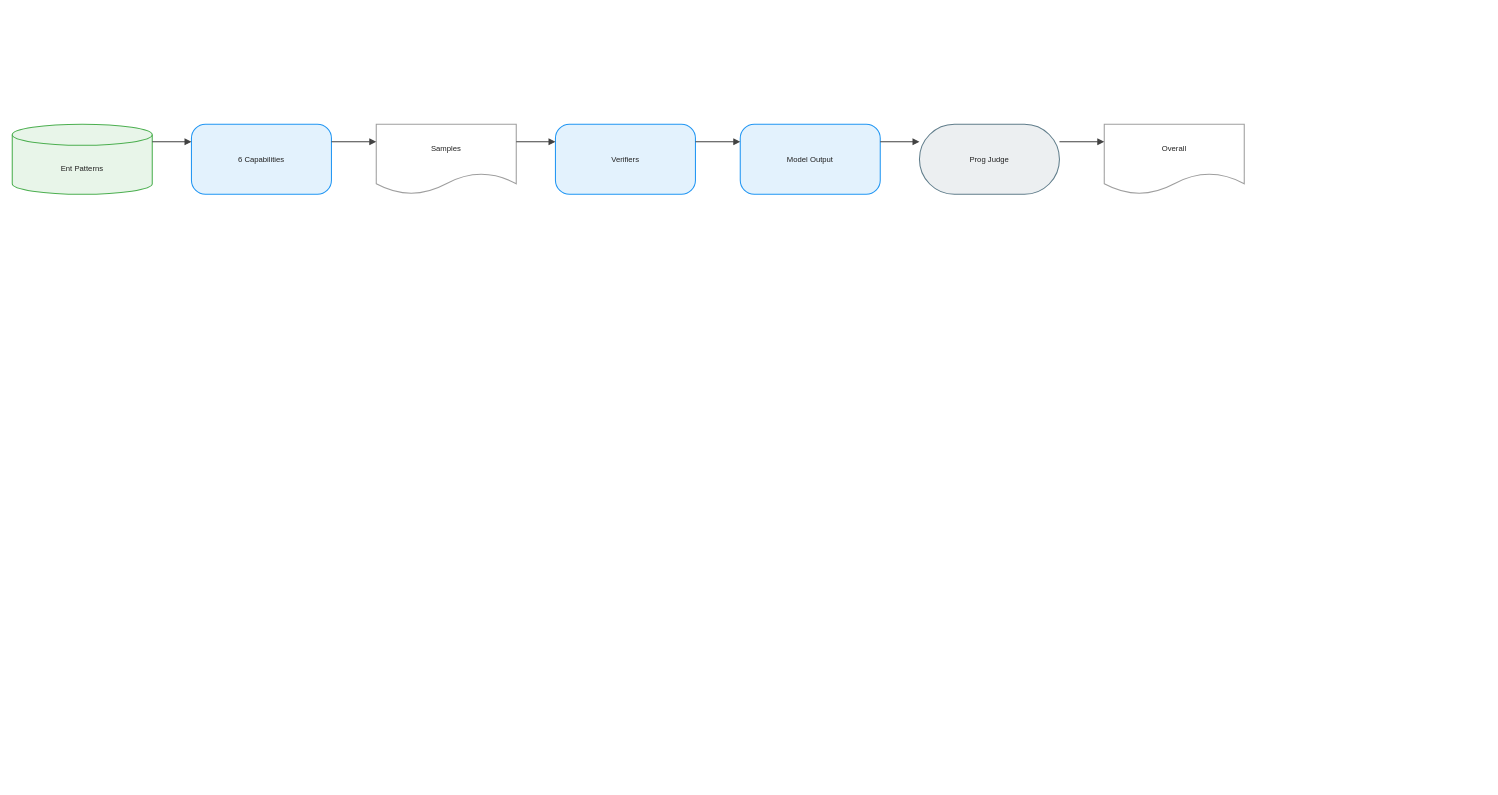
joe1chief/benchmark-hub keeps this draw.io diagram as drawio/FIREBENCH/FIREBENCH.en.drawio. Above is the earlier version. Source tidied: cells renumbered, new cells numbered last; positions are measured from the earlier drawing's top-left corner, leaving out a move shared by most shapes. Both pictures are drawn from the tidied source at 70%, with x=0, y=0 at pixel (12, 124).
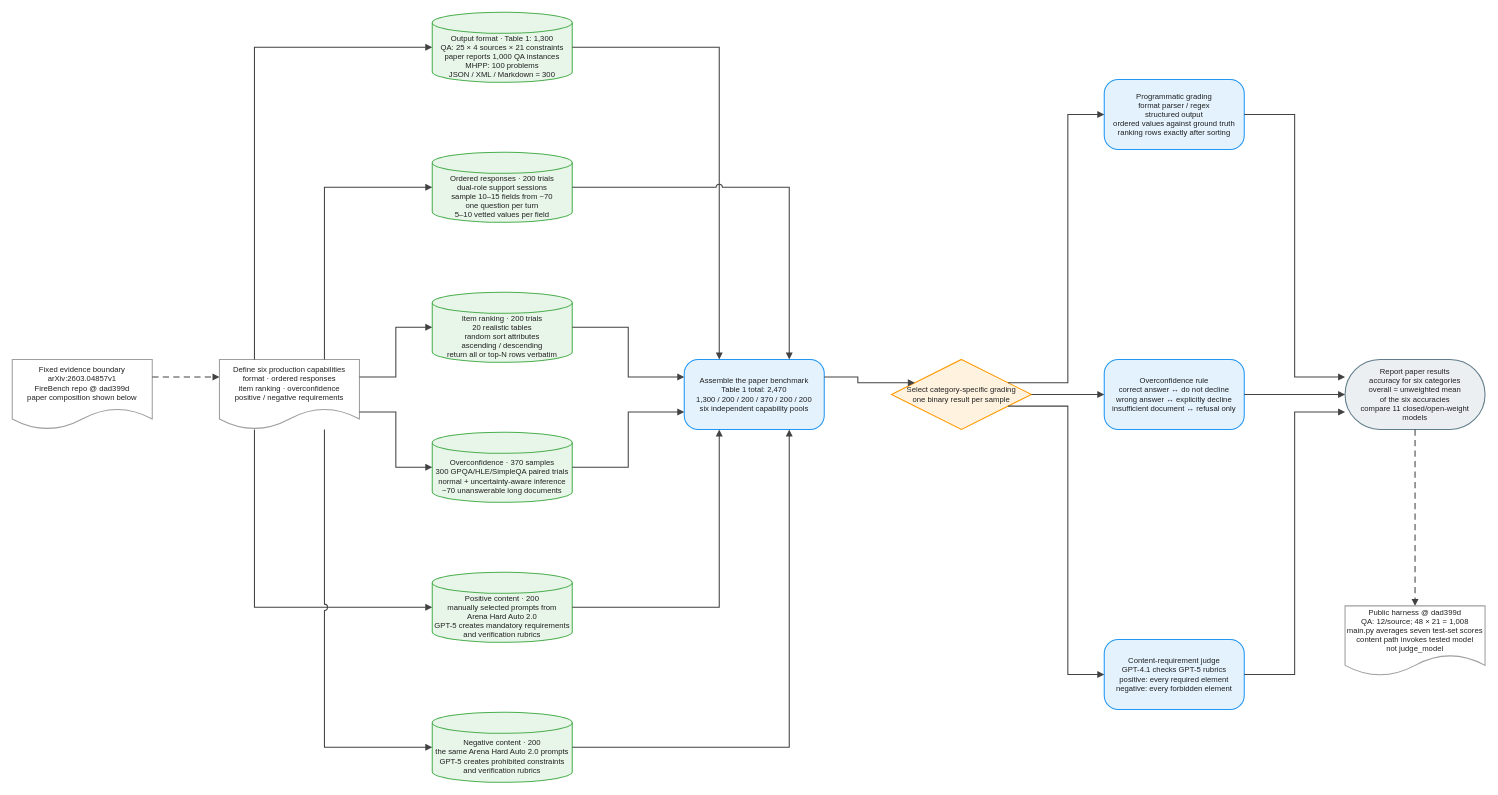
The same diagram, later.

What changed in the source:
```diff
@@
-    <mxCell id="2" value="Ent Patterns" style="shape=cylinder3;boundedLbl=1;backgroundOutline=1;size=15;html=1;whiteSpace=wrap;fillColor=#E8F5E9;strokeColor=#4CAF50;strokeWidth=1.5;fontColor=#212121;fontSize=11;fontFamily=Arial, Helvetica, sans-serif;verticalAlign=middle;align=center;" parent="1" vertex="1">
-      <mxGeometry width="200" height="100" as="geometry" />
+    <mxCell id="2" value="Fixed evidence boundary&#10;arXiv:2603.04857v1&#10;FireBench repo @ dad399d&#10;paper composition shown below" style="shape=document;boundedLbl=1;html=0;convertToSvg=1;whiteSpace=wrap;fillColor=#FFFFFF;strokeColor=#9E9E9E;strokeWidth=1.5;fontColor=#212121;fontSize=11;fontFamily=Arial, Helvetica, sans-serif;verticalAlign=middle;align=center;" parent="1" vertex="1">
+      <mxGeometry y="336" width="200" height="100" as="geometry" />
     </mxCell>
-    <mxCell id="3" value="6 Capabilities" style="rounded=1;arcSize=20;html=1;whiteSpace=wrap;fillColor=#E3F2FD;strokeColor=#2196F3;strokeWidth=1.5;fontColor=#212121;fontSize=11;fontFamily=Arial, Helvetica, sans-serif;verticalAlign=middle;align=center;" parent="1" vertex="1">
-      <mxGeometry x="256" width="200" height="100" as="geometry" />
+    <mxCell id="3" value="Define six production capabilities&#10;format · ordered responses&#10;item ranking · overconfidence&#10;positive / negative requirements" style="shape=document;boundedLbl=1;html=0;convertToSvg=1;whiteSpace=wrap;fillColor=#FFFFFF;strokeColor=#9E9E9E;strokeWidth=1.5;fontColor=#212121;fontSize=11;fontFamily=Arial, Helvetica, sans-serif;verticalAlign=middle;align=center;" parent="1" vertex="1">
+      <mxGeometry x="296" y="336" width="200" height="100" as="geometry" />
     </mxCell>
-    <mxCell id="4" value="Samples" style="shape=document;boundedLbl=1;html=1;whiteSpace=wrap;fillColor=#FFFFFF;strokeColor=#9E9E9E;strokeWidth=1.5;fontColor=#212121;fontSize=11;fontFamily=Arial, Helvetica, sans-serif;verticalAlign=middle;align=center;" parent="1" vertex="1">
-      <mxGeometry x="520" width="200" height="100" as="geometry" />
+    <mxCell id="4" value="Output format · Table 1: 1,300&#10;QA: 25 × 4 sources × 21 constraints&#10;paper reports 1,000 QA instances&#10;MHPP: 100 problems&#10;JSON / XML / Markdown = 300" style="shape=cylinder3;boundedLbl=1;backgroundOutline=1;size=15;html=0;convertToSvg=1;whiteSpace=wrap;fillColor=#E8F5E9;strokeColor=#4CAF50;strokeWidth=1.5;fontColor=#212121;fontSize=11;fontFamily=Arial, Helvetica, sans-serif;verticalAlign=middle;align=center;" parent="1" vertex="1">
+      <mxGeometry x="600" y="-160" width="200" height="100" as="geometry" />
     </mxCell>
-    <mxCell id="5" value="Verifiers" style="rounded=1;arcSize=20;html=1;whiteSpace=wrap;fillColor=#E3F2FD;strokeColor=#2196F3;strokeWidth=1.5;fontColor=#212121;fontSize=11;fontFamily=Arial, Helvetica, sans-serif;verticalAlign=middle;align=center;" parent="1" vertex="1">
-      <mxGeometry x="776" width="200" height="100" as="geometry" />
+    <mxCell id="5" value="Ordered responses · 200 trials&#10;dual-role support sessions&#10;sample 10–15 fields from ~70&#10;one question per turn&#10;5–10 vetted values per field" style="shape=cylinder3;boundedLbl=1;backgroundOutline=1;size=15;html=0;convertToSvg=1;whiteSpace=wrap;fillColor=#E8F5E9;strokeColor=#4CAF50;strokeWidth=1.5;fontColor=#212121;fontSize=11;fontFamily=Arial, Helvetica, sans-serif;verticalAlign=middle;align=center;" parent="1" vertex="1">
+      <mxGeometry x="600" y="40" width="200" height="100" as="geometry" />
     </mxCell>
-    <mxCell id="6" value="Model Output" style="rounded=1;arcSize=20;html=1;whiteSpace=wrap;fillColor=#E3F2FD;strokeColor=#2196F3;strokeWidth=1.5;fontColor=#212121;fontSize=11;fontFamily=Arial, Helvetica, sans-serif;verticalAlign=middle;align=center;" parent="1" vertex="1">
-      <mxGeometry x="1040" width="200" height="100" as="geometry" />
+    <mxCell id="6" value="Item ranking · 200 trials&#10;20 realistic tables&#10;random sort attributes&#10;ascending / descending&#10;return all or top-N rows verbatim" style="shape=cylinder3;boundedLbl=1;backgroundOutline=1;size=15;html=0;convertToSvg=1;whiteSpace=wrap;fillColor=#E8F5E9;strokeColor=#4CAF50;strokeWidth=1.5;fontColor=#212121;fontSize=11;fontFamily=Arial, Helvetica, sans-serif;verticalAlign=middle;align=center;" parent="1" vertex="1">
+      <mxGeometry x="600" y="240" width="200" height="100" as="geometry" />
     </mxCell>
-    <mxCell id="7" value="Prog Judge" style="rounded=1;arcSize=50;html=1;whiteSpace=wrap;fillColor=#ECEFF1;strokeColor=#607D8B;strokeWidth=1.5;fontColor=#212121;fontSize=11;fontFamily=Arial, Helvetica, sans-serif;verticalAlign=middle;align=center;" parent="1" vertex="1">
-      <mxGeometry x="1296" width="200" height="100" as="geometry" />
+    <mxCell id="7" value="Overconfidence · 370 samples&#10;300 GPQA/HLE/SimpleQA paired trials&#10;normal + uncertainty-aware inference&#10;~70 unanswerable long documents" style="shape=cylinder3;boundedLbl=1;backgroundOutline=1;size=15;html=0;convertToSvg=1;whiteSpace=wrap;fillColor=#E8F5E9;strokeColor=#4CAF50;strokeWidth=1.5;fontColor=#212121;fontSize=11;fontFamily=Arial, Helvetica, sans-serif;verticalAlign=middle;align=center;" parent="1" vertex="1">
+      <mxGeometry x="600" y="440" width="200" height="100" as="geometry" />
     </mxCell>
-    <mxCell id="8" value="Overall" style="shape=document;boundedLbl=1;html=1;whiteSpace=wrap;fillColor=#FFFFFF;strokeColor=#9E9E9E;strokeWidth=1.5;fontColor=#212121;fontSize=11;fontFamily=Arial, Helvetica, sans-serif;verticalAlign=middle;align=center;" parent="1" vertex="1">
-      <mxGeometry x="1560" width="200" height="100" as="geometry" />
+    <mxCell id="8" value="Positive content · 200&#10;manually selected prompts from&#10;Arena Hard Auto 2.0&#10;GPT-5 creates mandatory requirements&#10;and verification rubrics" style="shape=cylinder3;boundedLbl=1;backgroundOutline=1;size=15;html=0;convertToSvg=1;whiteSpace=wrap;fillColor=#E8F5E9;strokeColor=#4CAF50;strokeWidth=1.5;fontColor=#212121;fontSize=11;fontFamily=Arial, Helvetica, sans-serif;verticalAlign=middle;align=center;" parent="1" vertex="1">
+      <mxGeometry x="600" y="640" width="200" height="100" as="geometry" />
     </mxCell>
-    <mxCell id="9" style="edgeStyle=orthogonalEdgeStyle;rounded=0;jettySize=auto;html=1;strokeColor=#424242;strokeWidth=1.5;endArrow=block;endFill=1;exitX=1;exitY=0.25;exitDx=0;exitDy=0;entryX=0;entryY=0.25;entryDx=0;entryDy=0;jumpStyle=arc;jumpSize=8;" parent="1" edge="1" source="2" target="3">
-      <mxGeometry relative="1" as="geometry" />
+    <mxCell id="9" value="Negative content · 200&#10;the same Arena Hard Auto 2.0 prompts&#10;GPT-5 creates prohibited constraints&#10;and verification rubrics" style="shape=cylinder3;boundedLbl=1;backgroundOutline=1;size=15;html=0;convertToSvg=1;whiteSpace=wrap;fillColor=#E8F5E9;strokeColor=#4CAF50;strokeWidth=1.5;fontColor=#212121;fontSize=11;fontFamily=Arial, Helvetica, sans-serif;verticalAlign=middle;align=center;" parent="1" vertex="1">
+      <mxGeometry x="600" y="840" width="200" height="100" as="geometry" />
     </mxCell>
-    <mxCell id="10" style="edgeStyle=orthogonalEdgeStyle;rounded=0;jettySize=auto;html=1;strokeColor=#424242;strokeWidth=1.5;endArrow=block;endFill=1;exitX=1;exitY=0.25;exitDx=0;exitDy=0;entryX=0;entryY=0.25;entryDx=0;entryDy=0;jumpStyle=arc;jumpSize=8;" parent="1" edge="1" source="3" target="4">
-      <mxGeometry relative="1" as="geometry" />
+    <mxCell id="10" value="Assemble the paper benchmark&#10;Table 1 total: 2,470&#10;1,300 / 200 / 200 / 370 / 200 / 200&#10;six independent capability pools" style="rounded=1;arcSize=20;html=0;convertToSvg=1;whiteSpace=wrap;fillColor=#E3F2FD;strokeColor=#2196F3;strokeWidth=1.5;fontColor=#212121;fontSize=11;fontFamily=Arial, Helvetica, sans-serif;verticalAlign=middle;align=center;" parent="1" vertex="1">
+      <mxGeometry x="960" y="336" width="200" height="100" as="geometry" />
     </mxCell>
-    <mxCell id="11" style="edgeStyle=orthogonalEdgeStyle;rounded=0;jettySize=auto;html=1;strokeColor=#424242;strokeWidth=1.5;endArrow=block;endFill=1;exitX=1;exitY=0.25;exitDx=0;exitDy=0;entryX=0;entryY=0.25;entryDx=0;entryDy=0;jumpStyle=arc;jumpSize=8;" parent="1" edge="1" source="4" target="5">
-      <mxGeometry relative="1" as="geometry" />
+    <mxCell id="11" value="Select category-specific grading&#10;one binary result per sample" style="rhombus;html=0;convertToSvg=1;whiteSpace=wrap;fillColor=#FFF3E0;strokeColor=#FF9800;strokeWidth=1.5;fontColor=#212121;fontSize=11;fontFamily=Arial, Helvetica, sans-serif;verticalAlign=middle;align=center;" parent="1" vertex="1">
+      <mxGeometry x="1256" y="336" width="200" height="100" as="geometry" />
     </mxCell>
-    <mxCell id="12" style="edgeStyle=orthogonalEdgeStyle;rounded=0;jettySize=auto;html=1;strokeColor=#424242;strokeWidth=1.5;endArrow=block;endFill=1;exitX=1;exitY=0.25;exitDx=0;exitDy=0;entryX=0;entryY=0.25;entryDx=0;entryDy=0;jumpStyle=arc;jumpSize=8;" parent="1" edge="1" source="5" target="6">
-      <mxGeometry relative="1" as="geometry" />
+    <mxCell id="12" value="Programmatic grading&#10;format parser / regex&#10;structured output&#10;ordered values against ground truth&#10;ranking rows exactly after sorting" style="rounded=1;arcSize=20;html=0;convertToSvg=1;whiteSpace=wrap;fillColor=#E3F2FD;strokeColor=#2196F3;strokeWidth=1.5;fontColor=#212121;fontSize=11;fontFamily=Arial, Helvetica, sans-serif;verticalAlign=middle;align=center;" parent="1" vertex="1">
+      <mxGeometry x="1560" y="-64" width="200" height="100" as="geometry" />
     </mxCell>
-    <mxCell id="13" style="edgeStyle=orthogonalEdgeStyle;rounded=0;jettySize=auto;html=1;strokeColor=#424242;strokeWidth=1.5;endArrow=block;endFill=1;exitX=1;exitY=0.25;exitDx=0;exitDy=0;entryX=0;entryY=0.25;entryDx=0;entryDy=0;jumpStyle=arc;jumpSize=8;" parent="1" edge="1" source="6" target="7">
-      <mxGeometry relative="1" as="geometry" />
+    <mxCell id="13" value="Overconfidence rule&#10;correct answer ↔ do not decline&#10;wrong answer ↔ explicitly decline&#10;insufficient document ↔ refusal only" style="rounded=1;arcSize=20;html=0;convertToSvg=1;whiteSpace=wrap;fillColor=#E3F2FD;strokeColor=#2196F3;strokeWidth=1.5;fontColor=#212121;fontSize=11;fontFamily=Arial, Helvetica, sans-serif;verticalAlign=middle;align=center;" parent="1" vertex="1">
+      <mxGeometry x="1560" y="336" width="200" height="100" as="geometry" />
     </mxCell>
-    <mxCell id="14" style="edgeStyle=orthogonalEdgeStyle;rounded=0;jettySize=auto;html=1;strokeColor=#424242;strokeWidth=1.5;endArrow=block;endFill=1;exitX=1;exitY=0.25;exitDx=0;exitDy=0;entryX=0;entryY=0.25;entryDx=0;entryDy=0;jumpStyle=arc;jumpSize=8;" parent="1" edge="1" source="7" target="8">
-      <mxGeometry relative="1" as="geometry" />
+    <mxCell id="14" value="Content-requirement judge&#10;GPT-4.1 checks GPT-5 rubrics&#10;positive: every required element&#10;negative: every forbidden element" style="rounded=1;arcSize=20;html=0;convertToSvg=1;whiteSpace=wrap;fillColor=#E3F2FD;strokeColor=#2196F3;strokeWidth=1.5;fontColor=#212121;fontSize=11;fontFamily=Arial, Helvetica, sans-serif;verticalAlign=middle;align=center;" parent="1" vertex="1">
+      <mxGeometry x="1560" y="736" width="200" height="100" as="geometry" />
     </mxCell>
+    <mxCell id="15" value="Report paper results&#10;accuracy for six categories&#10;overall = unweighted mean&#10;of the six accuracies&#10;compare 11 closed/open-weight&#10;models" style="rounded=1;arcSize=50;html=0;convertToSvg=1;whiteSpace=wrap;fillColor=#ECEFF1;strokeColor=#607D8B;strokeWidth=1.5;fontColor=#212121;fontSize=11;fontFamily=Arial, Helvetica, sans-serif;verticalAlign=middle;align=center;" parent="1" vertex="1">
+      <mxGeometry x="1904" y="336" width="200" height="100" as="geometry" />
+    </mxCell>
+    <mxCell id="16" value="Public harness @ dad399d&#10;QA: 12/source; 48 × 21 = 1,008&#10;main.py averages seven test-set scores&#10;content path invokes tested model&#10;not judge_model" style="shape=document;boundedLbl=1;html=0;convertToSvg=1;whiteSpace=wrap;fillColor=#FFFFFF;strokeColor=#9E9E9E;strokeWidth=1.5;fontColor=#212121;fontSize=11;fontFamily=Arial, Helvetica, sans-serif;verticalAlign=middle;align=center;" parent="1" vertex="1">
+      <mxGeometry x="1904" y="688" width="200" height="100" as="geometry" />
+    </mxCell>
+    <mxCell id="17" style="edgeStyle=orthogonalEdgeStyle;rounded=0;jettySize=auto;html=0;convertToSvg=1;strokeColor=#424242;strokeWidth=1.5;endArrow=block;endFill=1;exitX=1;exitY=0.25;exitDx=0;exitDy=0;entryX=0;entryY=0.25;entryDx=0;entryDy=0;dashed=1;dashPattern=6 4;jumpStyle=arc;jumpSize=8;" parent="1" edge="1" source="2" target="3">
+      <mxGeometry relative="1" as="geometry" />
+    </mxCell>
+    <mxCell id="18" style="edgeStyle=orthogonalEdgeStyle;rounded=0;jettySize=auto;html=0;convertToSvg=1;strokeColor=#424242;strokeWidth=1.5;endArrow=block;endFill=1;exitX=0.25;exitY=0;exitDx=0;exitDy=0;entryX=0;entryY=0.5;entryDx=0;entryDy=0;jumpStyle=arc;jumpSize=8;" parent="1" edge="1" source="3" target="4">
+      <mxGeometry relative="1" as="geometry" />
+    </mxCell>
+    <mxCell id="19" style="edgeStyle=orthogonalEdgeStyle;rounded=0;jettySize=auto;html=0;convertToSvg=1;strokeColor=#424242;strokeWidth=1.5;endArrow=block;endFill=1;exitX=0.75;exitY=0;exitDx=0;exitDy=0;entryX=0;entryY=0.5;entryDx=0;entryDy=0;jumpStyle=arc;jumpSize=8;" parent="1" edge="1" source="3" target="5">
+      <mxGeometry relative="1" as="geometry" />
+    </mxCell>
+    <mxCell id="20" style="edgeStyle=orthogonalEdgeStyle;rounded=0;jettySize=auto;html=0;convertToSvg=1;strokeColor=#424242;strokeWidth=1.5;endArrow=block;endFill=1;exitX=1;exitY=0.25;exitDx=0;exitDy=0;entryX=0;entryY=0.5;entryDx=0;entryDy=0;jumpStyle=arc;jumpSize=8;" parent="1" edge="1" source="3" target="6">
+      <mxGeometry relative="1" as="geometry" />
+    </mxCell>
+    <mxCell id="21" style="edgeStyle=orthogonalEdgeStyle;rounded=0;jettySize=auto;html=0;convertToSvg=1;strokeColor=#424242;strokeWidth=1.5;endArrow=block;endFill=1;exitX=1;exitY=0.75;exitDx=0;exitDy=0;entryX=0;entryY=0.5;entryDx=0;entryDy=0;jumpStyle=arc;jumpSize=8;" parent="1" edge="1" source="3" target="7">
+      <mxGeometry relative="1" as="geometry" />
+    </mxCell>
+    <mxCell id="22" style="edgeStyle=orthogonalEdgeStyle;rounded=0;jettySize=auto;html=0;convertToSvg=1;strokeColor=#424242;strokeWidth=1.5;endArrow=block;endFill=1;exitX=0.25;exitY=1;exitDx=0;exitDy=0;entryX=0;entryY=0.5;entryDx=0;entryDy=0;jumpStyle=arc;jumpSize=8;" parent="1" edge="1" source="3" target="8">
+      <mxGeometry relative="1" as="geometry" />
+    </mxCell>
+    <mxCell id="23" style="edgeStyle=orthogonalEdgeStyle;rounded=0;jettySize=auto;html=0;convertToSvg=1;strokeColor=#424242;strokeWidth=1.5;endArrow=block;endFill=1;exitX=0.75;exitY=1;exitDx=0;exitDy=0;entryX=0;entryY=0.5;entryDx=0;entryDy=0;jumpStyle=arc;jumpSize=8;" parent="1" edge="1" source="3" target="9">
+      <mxGeometry relative="1" as="geometry" />
+    </mxCell>
+    <mxCell id="24" style="edgeStyle=orthogonalEdgeStyle;rounded=0;jettySize=auto;html=0;convertToSvg=1;strokeColor=#424242;strokeWidth=1.5;endArrow=block;endFill=1;exitX=1;exitY=0.5;exitDx=0;exitDy=0;entryX=0.25;entryY=0;entryDx=0;entryDy=0;jumpStyle=arc;jumpSize=8;" parent="1" edge="1" source="4" target="10">
+      <mxGeometry relative="1" as="geometry" />
+    </mxCell>
+    <mxCell id="25" style="edgeStyle=orthogonalEdgeStyle;rounded=0;jettySize=auto;html=0;convertToSvg=1;strokeColor=#424242;strokeWidth=1.5;endArrow=block;endFill=1;exitX=1;exitY=0.5;exitDx=0;exitDy=0;entryX=0.75;entryY=0;entryDx=0;entryDy=0;jumpStyle=arc;jumpSize=8;" parent="1" edge="1" source="5" target="10">
+      <mxGeometry relative="1" as="geometry" />
+    </mxCell>
+    <mxCell id="26" style="edgeStyle=orthogonalEdgeStyle;rounded=0;jettySize=auto;html=0;convertToSvg=1;strokeColor=#424242;strokeWidth=1.5;endArrow=block;endFill=1;exitX=1;exitY=0.5;exitDx=0;exitDy=0;entryX=0;entryY=0.25;entryDx=0;entryDy=0;jumpStyle=arc;jumpSize=8;" parent="1" edge="1" source="6" target="10">
+      <mxGeometry relative="1" as="geometry" />
+    </mxCell>
+    <mxCell id="27" style="edgeStyle=orthogonalEdgeStyle;rounded=0;jettySize=auto;html=0;convertToSvg=1;strokeColor=#424242;strokeWidth=1.5;endArrow=block;endFill=1;exitX=1;exitY=0.5;exitDx=0;exitDy=0;entryX=0;entryY=0.75;entryDx=0;entryDy=0;jumpStyle=arc;jumpSize=8;" parent="1" edge="1" source="7" target="10">
+      <mxGeometry relative="1" as="geometry" />
+    </mxCell>
+    <mxCell id="28" style="edgeStyle=orthogonalEdgeStyle;rounded=0;jettySize=auto;html=0;convertToSvg=1;strokeColor=#424242;strokeWidth=1.5;endArrow=block;endFill=1;exitX=1;exitY=0.5;exitDx=0;exitDy=0;entryX=0.25;entryY=1;entryDx=0;entryDy=0;jumpStyle=arc;jumpSize=8;" parent="1" edge="1" source="8" target="10">
+      <mxGeometry relative="1" as="geometry" />
+    </mxCell>
+    <mxCell id="29" style="edgeStyle=orthogonalEdgeStyle;rounded=0;jettySize=auto;html=0;convertToSvg=1;strokeColor=#424242;strokeWidth=1.5;endArrow=block;endFill=1;exitX=1;exitY=0.5;exitDx=0;exitDy=0;entryX=0.75;entryY=1;entryDx=0;entryDy=0;jumpStyle=arc;jumpSize=8;" parent="1" edge="1" source="9" target="10">
+      <mxGeometry relative="1" as="geometry" />
+    </mxCell>
+    <mxCell id="30" style="edgeStyle=orthogonalEdgeStyle;rounded=0;jettySize=auto;html=0;convertToSvg=1;strokeColor=#424242;strokeWidth=1.5;endArrow=block;endFill=1;exitX=1;exitY=0.25;exitDx=0;exitDy=0;entryX=0;entryY=0.25;entryDx=0;entryDy=0;jumpStyle=arc;jumpSize=8;" parent="1" edge="1" source="10" target="11">
+      <mxGeometry relative="1" as="geometry" />
+    </mxCell>
+    <mxCell id="31" style="edgeStyle=orthogonalEdgeStyle;rounded=0;jettySize=auto;html=0;convertToSvg=1;strokeColor=#424242;strokeWidth=1.5;endArrow=block;endFill=1;exitX=1;exitY=0.25;exitDx=0;exitDy=0;entryX=0;entryY=0.5;entryDx=0;entryDy=0;jumpStyle=arc;jumpSize=8;" parent="1" edge="1" source="11" target="12">
+      <mxGeometry relative="1" as="geometry" />
+    </mxCell>
+    <mxCell id="32" style="edgeStyle=orthogonalEdgeStyle;rounded=0;jettySize=auto;html=0;convertToSvg=1;strokeColor=#424242;strokeWidth=1.5;endArrow=block;endFill=1;exitX=1;exitY=0.5;exitDx=0;exitDy=0;entryX=0;entryY=0.5;entryDx=0;entryDy=0;jumpStyle=arc;jumpSize=8;" parent="1" edge="1" source="11" target="13">
+      <mxGeometry relative="1" as="geometry" />
+    </mxCell>
+    <mxCell id="33" style="edgeStyle=orthogonalEdgeStyle;rounded=0;jettySize=auto;html=0;convertToSvg=1;strokeColor=#424242;strokeWidth=1.5;endArrow=block;endFill=1;exitX=1;exitY=0.75;exitDx=0;exitDy=0;entryX=0;entryY=0.5;entryDx=0;entryDy=0;jumpStyle=arc;jumpSize=8;" parent="1" edge="1" source="11" target="14">
+      <mxGeometry relative="1" as="geometry" />
+    </mxCell>
+    <mxCell id="34" style="edgeStyle=orthogonalEdgeStyle;rounded=0;jettySize=auto;html=0;convertToSvg=1;strokeColor=#424242;strokeWidth=1.5;endArrow=block;endFill=1;exitX=1;exitY=0.5;exitDx=0;exitDy=0;entryX=0;entryY=0.25;entryDx=0;entryDy=0;jumpStyle=arc;jumpSize=8;" parent="1" edge="1" source="12" target="15">
+      <mxGeometry relative="1" as="geometry" />
+    </mxCell>
+    <mxCell id="35" style="edgeStyle=orthogonalEdgeStyle;rounded=0;jettySize=auto;html=0;convertToSvg=1;strokeColor=#424242;strokeWidth=1.5;endArrow=block;endFill=1;exitX=1;exitY=0.5;exitDx=0;exitDy=0;entryX=0;entryY=0.5;entryDx=0;entryDy=0;jumpStyle=arc;jumpSize=8;" parent="1" edge="1" source="13" target="15">
+      <mxGeometry relative="1" as="geometry" />
+    </mxCell>
+    <mxCell id="36" style="edgeStyle=orthogonalEdgeStyle;rounded=0;jettySize=auto;html=0;convertToSvg=1;strokeColor=#424242;strokeWidth=1.5;endArrow=block;endFill=1;exitX=1;exitY=0.5;exitDx=0;exitDy=0;entryX=0;entryY=0.75;entryDx=0;entryDy=0;jumpStyle=arc;jumpSize=8;" parent="1" edge="1" source="14" target="15">
+      <mxGeometry relative="1" as="geometry" />
+    </mxCell>
+    <mxCell id="37" style="edgeStyle=orthogonalEdgeStyle;rounded=0;jettySize=auto;html=0;convertToSvg=1;strokeColor=#424242;strokeWidth=1.5;endArrow=block;endFill=1;exitX=0.5;exitY=1;exitDx=0;exitDy=0;entryX=0.5;entryY=0;entryDx=0;entryDy=0;dashed=1;dashPattern=6 4;jumpStyle=arc;jumpSize=8;" parent="1" edge="1" source="15" target="16">
+      <mxGeometry relative="1" as="geometry" />
+    </mxCell>
```
